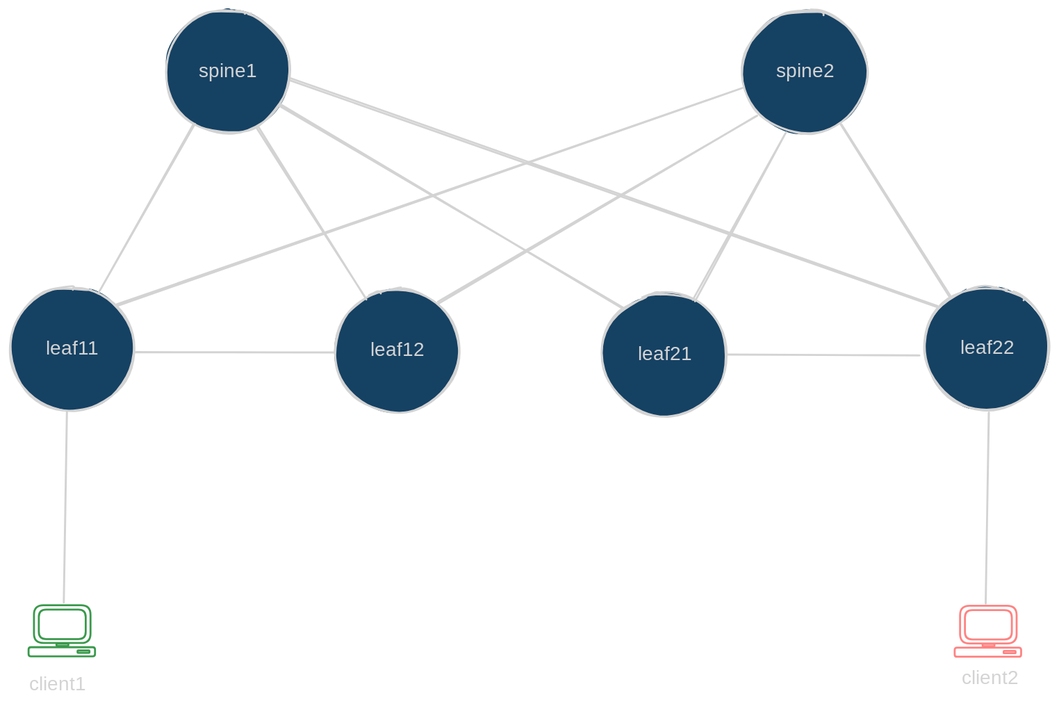
The Excalidraw diagram naf-demo.excalidraw.svg in opsmill/infrahub-demo-dc-fabric, before a commit. Source tidied: one line per element, renumbered; positions are measured from the earlier drawing's top-left corner, leaving out a move shared by most shapes. Source of this version:
```json
{"id": 0, "type": "ellipse", "strokeColor": "#1e1e1e", "backgroundColor": "#a5d8ff", "fillStyle": "solid", "strokeWidth": 2, "roughness": 1, "round": true, "x": 160, "y": 0, "width": 128, "height": 127}
{"id": 1, "type": "text", "text": "spine1", "strokeColor": "#1e1e1e", "backgroundColor": "#a5d8ff", "fillStyle": "solid", "strokeWidth": 2, "roughness": 1, "fontSize": 20, "fontFamily": 1, "textAlign": "center", "verticalAlign": "middle", "inside": 0, "x": 199, "y": 51, "width": 51, "height": 25}
{"id": 2, "type": "ellipse", "strokeColor": "#1e1e1e", "backgroundColor": "#a5d8ff", "fillStyle": "solid", "strokeWidth": 2, "roughness": 1, "round": true, "x": 334, "y": 287, "width": 128, "height": 127}
{"id": 3, "type": "text", "text": "leaf12", "strokeColor": "#1e1e1e", "backgroundColor": "#a5d8ff", "fillStyle": "solid", "strokeWidth": 2, "roughness": 1, "fontSize": 20, "fontFamily": 1, "textAlign": "center", "verticalAlign": "middle", "inside": 2, "x": 369, "y": 338, "width": 59, "height": 25}
{"id": 4, "type": "ellipse", "strokeColor": "#1e1e1e", "backgroundColor": "#a5d8ff", "fillStyle": "solid", "strokeWidth": 2, "roughness": 1, "round": true, "x": 0, "y": 285, "width": 128, "height": 127}
{"id": 5, "type": "text", "text": "leaf11", "strokeColor": "#1e1e1e", "backgroundColor": "#a5d8ff", "fillStyle": "solid", "strokeWidth": 2, "roughness": 1, "fontSize": 20, "fontFamily": 1, "textAlign": "center", "verticalAlign": "middle", "inside": 4, "x": 39, "y": 336, "width": 50, "height": 25}
{"id": 6, "type": "ellipse", "strokeColor": "#1e1e1e", "backgroundColor": "#a5d8ff", "fillStyle": "solid", "strokeWidth": 2, "roughness": 1, "round": true, "x": 609, "y": 291, "width": 128, "height": 127}
{"id": 7, "type": "text", "text": "leaf21", "strokeColor": "#1e1e1e", "backgroundColor": "#a5d8ff", "fillStyle": "solid", "strokeWidth": 2, "roughness": 1, "fontSize": 20, "fontFamily": 1, "textAlign": "center", "verticalAlign": "middle", "inside": 6, "x": 644, "y": 342, "width": 59, "height": 25}
{"id": 8, "type": "ellipse", "strokeColor": "#1e1e1e", "backgroundColor": "#a5d8ff", "fillStyle": "solid", "strokeWidth": 2, "roughness": 1, "round": true, "x": 941, "y": 284, "width": 128, "height": 127}
{"id": 9, "type": "text", "text": "leaf22", "strokeColor": "#1e1e1e", "backgroundColor": "#a5d8ff", "fillStyle": "solid", "strokeWidth": 2, "roughness": 1, "fontSize": 20, "fontFamily": 1, "textAlign": "center", "verticalAlign": "middle", "inside": 8, "x": 971, "y": 335, "width": 68, "height": 25}
{"id": 10, "type": "ellipse", "strokeColor": "#1e1e1e", "backgroundColor": "#a5d8ff", "fillStyle": "solid", "strokeWidth": 2, "roughness": 1, "round": true, "x": 754, "y": 0, "width": 128, "height": 127}
{"id": 11, "type": "text", "text": "spine2", "strokeColor": "#1e1e1e", "backgroundColor": "#a5d8ff", "fillStyle": "solid", "strokeWidth": 2, "roughness": 1, "fontSize": 20, "fontFamily": 1, "textAlign": "center", "verticalAlign": "middle", "inside": 10, "x": 788, "y": 51, "width": 60, "height": 25}
{"id": 12, "type": "line", "strokeColor": "#1e1e1e", "backgroundColor": "#a5d8ff", "fillStyle": "solid", "strokeWidth": 2, "roughness": 1, "round": true, "x": 189, "y": 118, "width": 97, "height": 172, "points": [[0, 0], [-97, 172]]}
{"id": 13, "type": "line", "strokeColor": "#1e1e1e", "backgroundColor": "#a5d8ff", "fillStyle": "solid", "strokeWidth": 2, "roughness": 1, "round": true, "x": 59, "y": 413, "width": 3, "height": 196, "points": [[0, 0], [-3, 196]]}
{"id": 14, "type": "line", "strokeColor": "#1e1e1e", "backgroundColor": "#a5d8ff", "fillStyle": "solid", "strokeWidth": 2, "roughness": 1, "round": true, "x": 1007, "y": 414, "width": 3, "height": 196, "points": [[0, 0], [-3, 196]]}
{"id": 15, "type": "line", "strokeColor": "#1e1e1e", "backgroundColor": "#a5d8ff", "fillStyle": "solid", "strokeWidth": 2, "roughness": 1, "round": true, "x": 798, "y": 127, "width": 95, "height": 171, "points": [[0, 0], [-95, 171]]}
{"id": 16, "type": "line", "strokeColor": "#1e1e1e", "backgroundColor": "#a5d8ff", "fillStyle": "solid", "strokeWidth": 2, "roughness": 1, "round": true, "x": 855, "y": 117, "width": 112, "height": 177, "points": [[0, 0], [112, 177]]}
{"id": 17, "type": "line", "strokeColor": "#1e1e1e", "backgroundColor": "#a5d8ff", "fillStyle": "solid", "strokeWidth": 2, "roughness": 1, "round": true, "x": 255, "y": 120, "width": 112, "height": 177, "points": [[0, 0], [112, 177]]}
{"id": 18, "type": "line", "strokeColor": "#1e1e1e", "backgroundColor": "#a5d8ff", "fillStyle": "solid", "strokeWidth": 2, "roughness": 1, "round": true, "x": 737, "y": 354, "width": 199, "height": 1, "points": [[0, 0], [199, 1]]}
{"id": 19, "type": "line", "strokeColor": "#1e1e1e", "backgroundColor": "#a5d8ff", "fillStyle": "solid", "strokeWidth": 2, "roughness": 1, "round": true, "x": 129, "y": 352, "width": 204, "height": 0, "points": [[0, 0], [204, 0]]}
{"id": 20, "type": "line", "strokeColor": "#1e1e1e", "backgroundColor": "#a5d8ff", "fillStyle": "solid", "strokeWidth": 2, "roughness": 1, "round": true, "x": 278, "y": 99, "width": 352, "height": 208, "points": [[0, 0], [352, 208]]}
{"id": 21, "type": "line", "strokeColor": "#1e1e1e", "backgroundColor": "#a5d8ff", "fillStyle": "solid", "strokeWidth": 2, "roughness": 1, "round": true, "x": 768, "y": 109, "width": 327, "height": 193, "points": [[0, 0], [-327, 193]]}
{"id": 22, "type": "line", "strokeColor": "#1e1e1e", "backgroundColor": "#a5d8ff", "fillStyle": "solid", "strokeWidth": 2, "roughness": 1, "round": true, "x": 287, "y": 71, "width": 666, "height": 234, "points": [[0, 0], [666, 234]]}
{"id": 23, "type": "line", "strokeColor": "#1e1e1e", "backgroundColor": "#a5d8ff", "fillStyle": "solid", "strokeWidth": 2, "roughness": 1, "round": true, "x": 752, "y": 80, "width": 642, "height": 223, "points": [[0, 0], [-642, 223]]}
{"id": 24, "type": "rectangle", "strokeColor": "#2f9e44", "strokeWidth": 2, "roughness": 0, "round": true, "x": 25, "y": 612, "width": 58, "height": 39}
{"id": 25, "type": "rectangle", "strokeColor": "#2f9e44", "strokeWidth": 2, "roughness": 0, "round": true, "x": 19, "y": 655, "width": 68, "height": 9}
{"id": 26, "type": "rectangle", "strokeColor": "#2f9e44", "strokeWidth": 2, "roughness": 0, "round": true, "x": 70, "y": 658, "width": 12, "height": 2}
{"id": 27, "type": "rectangle", "strokeColor": "#2f9e44", "strokeWidth": 2, "roughness": 0, "round": true, "x": 48, "y": 651, "width": 12, "height": 2}
{"id": 28, "type": "rectangle", "strokeColor": "#2f9e44", "strokeWidth": 2, "roughness": 0, "round": true, "x": 30, "y": 616, "width": 48, "height": 30}
{"id": 29, "type": "rectangle", "strokeColor": "#e03131", "strokeWidth": 2, "roughness": 0, "round": true, "x": 977, "y": 612, "width": 58, "height": 39}
{"id": 30, "type": "rectangle", "strokeColor": "#e03131", "strokeWidth": 2, "roughness": 0, "round": true, "x": 972, "y": 655, "width": 68, "height": 9}
{"id": 31, "type": "rectangle", "strokeColor": "#e03131", "strokeWidth": 2, "roughness": 0, "round": true, "x": 1022, "y": 659, "width": 12, "height": 2}
{"id": 32, "type": "rectangle", "strokeColor": "#e03131", "strokeWidth": 2, "roughness": 0, "round": true, "x": 1000, "y": 652, "width": 12, "height": 2}
{"id": 33, "type": "rectangle", "strokeColor": "#e03131", "strokeWidth": 2, "roughness": 0, "round": true, "x": 982, "y": 617, "width": 48, "height": 30}
{"id": 34, "type": "text", "text": "client1", "strokeColor": "#1e1e1e", "strokeWidth": 2, "roughness": 1, "fontSize": 20, "fontFamily": 1, "x": 20, "y": 681, "width": 57, "height": 25}
{"id": 35, "type": "text", "text": "client2", "strokeColor": "#1e1e1e", "strokeWidth": 2, "roughness": 1, "fontSize": 20, "fontFamily": 1, "x": 979, "y": 675, "width": 65, "height": 25}
```
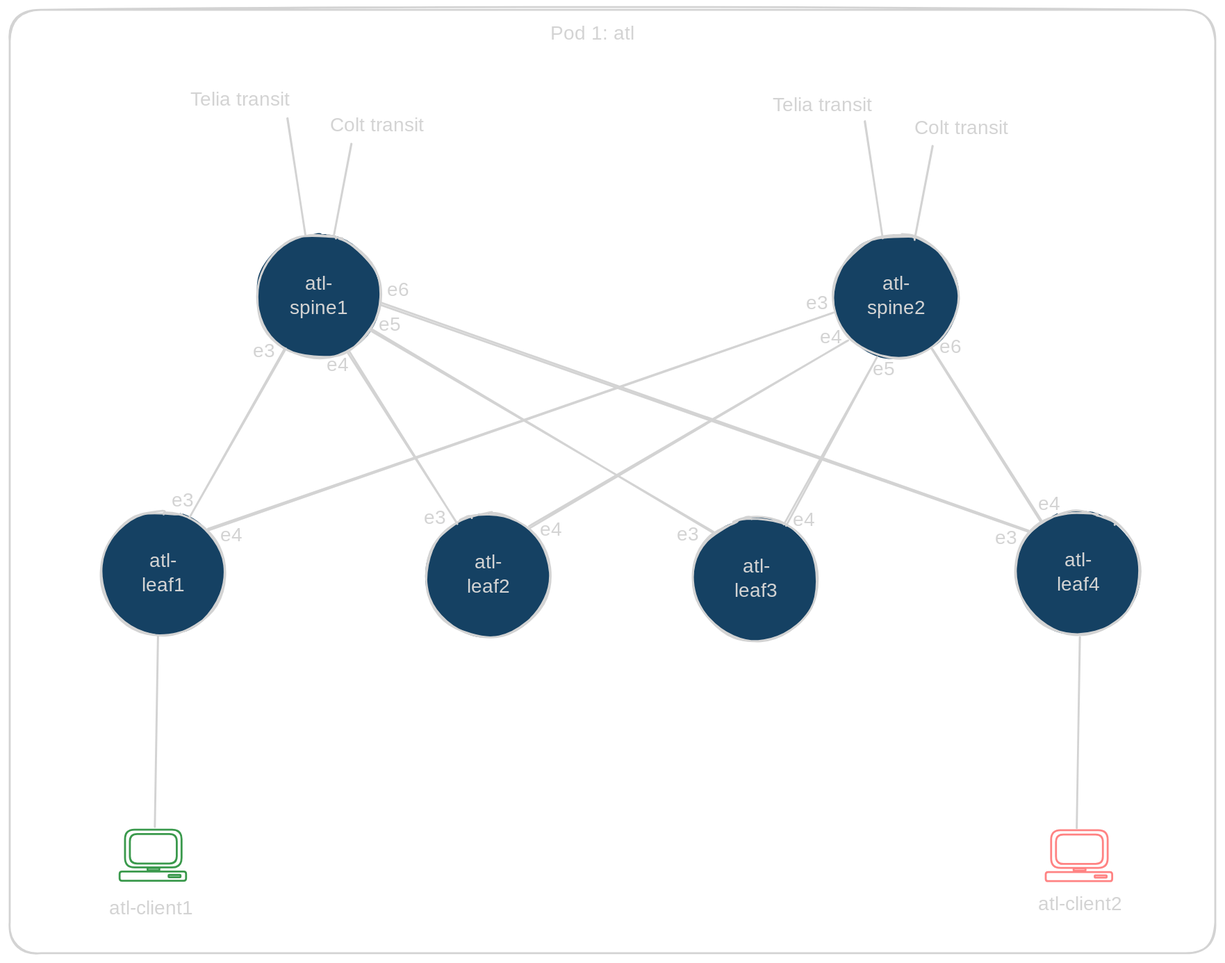
Above is the later version.

Commit message:
add data and schema to this repo

Diff of the diagram source:
```diff
@@ -1,23 +1,21 @@
 {"id": 0, "type": "ellipse", "strokeColor": "#1e1e1e", "backgroundColor": "#a5d8ff", "fillStyle": "solid", "strokeWidth": 2, "roughness": 1, "round": true, "x": 160, "y": 0, "width": 128, "height": 127}
-{"id": 1, "type": "text", "text": "spine1", "strokeColor": "#1e1e1e", "backgroundColor": "#a5d8ff", "fillStyle": "solid", "strokeWidth": 2, "roughness": 1, "fontSize": 20, "fontFamily": 1, "textAlign": "center", "verticalAlign": "middle", "inside": 0, "x": 199, "y": 51, "width": 51, "height": 25}
+{"id": 1, "type": "text", "text": "atl-\nspine1", "strokeColor": "#1e1e1e", "backgroundColor": "#a5d8ff", "fillStyle": "solid", "strokeWidth": 2, "roughness": 1, "fontSize": 20, "fontFamily": 1, "textAlign": "center", "verticalAlign": "middle", "inside": 0, "x": 199, "y": 39, "width": 51, "height": 50}
 {"id": 2, "type": "ellipse", "strokeColor": "#1e1e1e", "backgroundColor": "#a5d8ff", "fillStyle": "solid", "strokeWidth": 2, "roughness": 1, "round": true, "x": 334, "y": 287, "width": 128, "height": 127}
-{"id": 3, "type": "text", "text": "leaf12", "strokeColor": "#1e1e1e", "backgroundColor": "#a5d8ff", "fillStyle": "solid", "strokeWidth": 2, "roughness": 1, "fontSize": 20, "fontFamily": 1, "textAlign": "center", "verticalAlign": "middle", "inside": 2, "x": 369, "y": 338, "width": 59, "height": 25}
+{"id": 3, "type": "text", "text": "atl-\nleaf2", "strokeColor": "#1e1e1e", "backgroundColor": "#a5d8ff", "fillStyle": "solid", "strokeWidth": 2, "roughness": 1, "fontSize": 20, "fontFamily": 1, "textAlign": "center", "verticalAlign": "middle", "inside": 2, "x": 372, "y": 326, "width": 53, "height": 50}
 {"id": 4, "type": "ellipse", "strokeColor": "#1e1e1e", "backgroundColor": "#a5d8ff", "fillStyle": "solid", "strokeWidth": 2, "roughness": 1, "round": true, "x": 0, "y": 285, "width": 128, "height": 127}
-{"id": 5, "type": "text", "text": "leaf11", "strokeColor": "#1e1e1e", "backgroundColor": "#a5d8ff", "fillStyle": "solid", "strokeWidth": 2, "roughness": 1, "fontSize": 20, "fontFamily": 1, "textAlign": "center", "verticalAlign": "middle", "inside": 4, "x": 39, "y": 336, "width": 50, "height": 25}
+{"id": 5, "type": "text", "text": "atl-\nleaf1", "strokeColor": "#1e1e1e", "backgroundColor": "#a5d8ff", "fillStyle": "solid", "strokeWidth": 2, "roughness": 1, "fontSize": 20, "fontFamily": 1, "textAlign": "center", "verticalAlign": "middle", "inside": 4, "x": 42, "y": 324, "width": 45, "height": 50}
 {"id": 6, "type": "ellipse", "strokeColor": "#1e1e1e", "backgroundColor": "#a5d8ff", "fillStyle": "solid", "strokeWidth": 2, "roughness": 1, "round": true, "x": 609, "y": 291, "width": 128, "height": 127}
-{"id": 7, "type": "text", "text": "leaf21", "strokeColor": "#1e1e1e", "backgroundColor": "#a5d8ff", "fillStyle": "solid", "strokeWidth": 2, "roughness": 1, "fontSize": 20, "fontFamily": 1, "textAlign": "center", "verticalAlign": "middle", "inside": 6, "x": 644, "y": 342, "width": 59, "height": 25}
+{"id": 7, "type": "text", "text": "atl-\nleaf3", "strokeColor": "#1e1e1e", "backgroundColor": "#a5d8ff", "fillStyle": "solid", "strokeWidth": 2, "roughness": 1, "fontSize": 20, "fontFamily": 1, "textAlign": "center", "verticalAlign": "middle", "inside": 6, "x": 647, "y": 329, "width": 53, "height": 50}
 {"id": 8, "type": "ellipse", "strokeColor": "#1e1e1e", "backgroundColor": "#a5d8ff", "fillStyle": "solid", "strokeWidth": 2, "roughness": 1, "round": true, "x": 941, "y": 284, "width": 128, "height": 127}
-{"id": 9, "type": "text", "text": "leaf22", "strokeColor": "#1e1e1e", "backgroundColor": "#a5d8ff", "fillStyle": "solid", "strokeWidth": 2, "roughness": 1, "fontSize": 20, "fontFamily": 1, "textAlign": "center", "verticalAlign": "middle", "inside": 8, "x": 971, "y": 335, "width": 68, "height": 25}
+{"id": 9, "type": "text", "text": "atl-\nleaf4", "strokeColor": "#1e1e1e", "backgroundColor": "#a5d8ff", "fillStyle": "solid", "strokeWidth": 2, "roughness": 1, "fontSize": 20, "fontFamily": 1, "textAlign": "center", "verticalAlign": "middle", "inside": 8, "x": 979, "y": 323, "width": 52, "height": 50}
 {"id": 10, "type": "ellipse", "strokeColor": "#1e1e1e", "backgroundColor": "#a5d8ff", "fillStyle": "solid", "strokeWidth": 2, "roughness": 1, "round": true, "x": 754, "y": 0, "width": 128, "height": 127}
-{"id": 11, "type": "text", "text": "spine2", "strokeColor": "#1e1e1e", "backgroundColor": "#a5d8ff", "fillStyle": "solid", "strokeWidth": 2, "roughness": 1, "fontSize": 20, "fontFamily": 1, "textAlign": "center", "verticalAlign": "middle", "inside": 10, "x": 788, "y": 51, "width": 60, "height": 25}
+{"id": 11, "type": "text", "text": "atl-\nspine2", "strokeColor": "#1e1e1e", "backgroundColor": "#a5d8ff", "fillStyle": "solid", "strokeWidth": 2, "roughness": 1, "fontSize": 20, "fontFamily": 1, "textAlign": "center", "verticalAlign": "middle", "inside": 10, "x": 788, "y": 39, "width": 60, "height": 50}
 {"id": 12, "type": "line", "strokeColor": "#1e1e1e", "backgroundColor": "#a5d8ff", "fillStyle": "solid", "strokeWidth": 2, "roughness": 1, "round": true, "x": 189, "y": 118, "width": 97, "height": 172, "points": [[0, 0], [-97, 172]]}
 {"id": 13, "type": "line", "strokeColor": "#1e1e1e", "backgroundColor": "#a5d8ff", "fillStyle": "solid", "strokeWidth": 2, "roughness": 1, "round": true, "x": 59, "y": 413, "width": 3, "height": 196, "points": [[0, 0], [-3, 196]]}
 {"id": 14, "type": "line", "strokeColor": "#1e1e1e", "backgroundColor": "#a5d8ff", "fillStyle": "solid", "strokeWidth": 2, "roughness": 1, "round": true, "x": 1007, "y": 414, "width": 3, "height": 196, "points": [[0, 0], [-3, 196]]}
 {"id": 15, "type": "line", "strokeColor": "#1e1e1e", "backgroundColor": "#a5d8ff", "fillStyle": "solid", "strokeWidth": 2, "roughness": 1, "round": true, "x": 798, "y": 127, "width": 95, "height": 171, "points": [[0, 0], [-95, 171]]}
 {"id": 16, "type": "line", "strokeColor": "#1e1e1e", "backgroundColor": "#a5d8ff", "fillStyle": "solid", "strokeWidth": 2, "roughness": 1, "round": true, "x": 855, "y": 117, "width": 112, "height": 177, "points": [[0, 0], [112, 177]]}
 {"id": 17, "type": "line", "strokeColor": "#1e1e1e", "backgroundColor": "#a5d8ff", "fillStyle": "solid", "strokeWidth": 2, "roughness": 1, "round": true, "x": 255, "y": 120, "width": 112, "height": 177, "points": [[0, 0], [112, 177]]}
-{"id": 18, "type": "line", "strokeColor": "#1e1e1e", "backgroundColor": "#a5d8ff", "fillStyle": "solid", "strokeWidth": 2, "roughness": 1, "round": true, "x": 737, "y": 354, "width": 199, "height": 1, "points": [[0, 0], [199, 1]]}
-{"id": 19, "type": "line", "strokeColor": "#1e1e1e", "backgroundColor": "#a5d8ff", "fillStyle": "solid", "strokeWidth": 2, "roughness": 1, "round": true, "x": 129, "y": 352, "width": 204, "height": 0, "points": [[0, 0], [204, 0]]}
 {"id": 20, "type": "line", "strokeColor": "#1e1e1e", "backgroundColor": "#a5d8ff", "fillStyle": "solid", "strokeWidth": 2, "roughness": 1, "round": true, "x": 278, "y": 99, "width": 352, "height": 208, "points": [[0, 0], [352, 208]]}
 {"id": 21, "type": "line", "strokeColor": "#1e1e1e", "backgroundColor": "#a5d8ff", "fillStyle": "solid", "strokeWidth": 2, "roughness": 1, "round": true, "x": 768, "y": 109, "width": 327, "height": 193, "points": [[0, 0], [-327, 193]]}
 {"id": 22, "type": "line", "strokeColor": "#1e1e1e", "backgroundColor": "#a5d8ff", "fillStyle": "solid", "strokeWidth": 2, "roughness": 1, "round": true, "x": 287, "y": 71, "width": 666, "height": 234, "points": [[0, 0], [666, 234]]}
@@ -32,5 +30,31 @@
 {"id": 31, "type": "rectangle", "strokeColor": "#e03131", "strokeWidth": 2, "roughness": 0, "round": true, "x": 1022, "y": 659, "width": 12, "height": 2}
 {"id": 32, "type": "rectangle", "strokeColor": "#e03131", "strokeWidth": 2, "roughness": 0, "round": true, "x": 1000, "y": 652, "width": 12, "height": 2}
 {"id": 33, "type": "rectangle", "strokeColor": "#e03131", "strokeWidth": 2, "roughness": 0, "round": true, "x": 982, "y": 617, "width": 48, "height": 30}
-{"id": 34, "type": "text", "text": "client1", "strokeColor": "#1e1e1e", "strokeWidth": 2, "roughness": 1, "fontSize": 20, "fontFamily": 1, "x": 20, "y": 681, "width": 57, "height": 25}
+{"id": 34, "type": "text", "text": "atl-client1", "strokeColor": "#1e1e1e", "strokeWidth": 2, "roughness": 1, "fontSize": 20, "fontFamily": 1, "x": 9, "y": 681, "width": 95, "height": 25}
-{"id": 35, "type": "text", "text": "client2", "strokeColor": "#1e1e1e", "strokeWidth": 2, "roughness": 1, "fontSize": 20, "fontFamily": 1, "x": 979, "y": 675, "width": 65, "height": 25}
+{"id": 35, "type": "text", "text": "atl-client2", "strokeColor": "#1e1e1e", "strokeWidth": 2, "roughness": 1, "fontSize": 20, "fontFamily": 1, "x": 964, "y": 677, "width": 104, "height": 25}
+{"id": 36, "type": "line", "strokeColor": "#1e1e1e", "strokeWidth": 2, "roughness": 1, "round": true, "x": 192, "y": -120, "width": 19, "height": 120, "points": [[0, 0], [19, 120]]}
+{"id": 37, "type": "line", "strokeColor": "#1e1e1e", "strokeWidth": 2, "roughness": 1, "round": true, "x": 258, "y": -93, "width": 18, "height": 93, "points": [[0, 0], [-18, 93]]}
+{"id": 38, "type": "text", "text": "Telia transit", "strokeColor": "#1e1e1e", "strokeWidth": 2, "roughness": 1, "fontSize": 20, "fontFamily": 1, "x": 92, "y": -151, "width": 129, "height": 25}
+{"id": 39, "type": "text", "text": "Colt transit", "strokeColor": "#1e1e1e", "strokeWidth": 2, "roughness": 1, "fontSize": 20, "fontFamily": 1, "x": 236, "y": -124, "width": 120, "height": 25}
+{"id": 40, "type": "text", "text": "Telia transit", "strokeColor": "#1e1e1e", "strokeWidth": 2, "roughness": 1, "fontSize": 20, "fontFamily": 1, "x": 691, "y": -145, "width": 129, "height": 25}
+{"id": 41, "type": "text", "text": "Colt transit", "strokeColor": "#1e1e1e", "strokeWidth": 2, "roughness": 1, "fontSize": 20, "fontFamily": 1, "x": 837, "y": -121, "width": 120, "height": 25}
+{"id": 42, "type": "line", "strokeColor": "#1e1e1e", "strokeWidth": 2, "roughness": 1, "round": true, "x": 786, "y": -116, "width": 19, "height": 120, "points": [[0, 0], [19, 120]]}
+{"id": 43, "type": "line", "strokeColor": "#1e1e1e", "strokeWidth": 2, "roughness": 1, "round": true, "x": 856, "y": -91, "width": 18, "height": 93, "points": [[0, 0], [-18, 93]]}
+{"id": 44, "type": "text", "text": "e3", "strokeColor": "#1e1e1e", "strokeWidth": 2, "roughness": 1, "fontSize": 20, "fontFamily": 1, "x": 73, "y": 261, "width": 25, "height": 25}
+{"id": 45, "type": "text", "text": "e3", "strokeColor": "#1e1e1e", "strokeWidth": 2, "roughness": 1, "fontSize": 20, "fontFamily": 1, "x": 333, "y": 280, "width": 25, "height": 25}
+{"id": 46, "type": "text", "text": "e3", "strokeColor": "#1e1e1e", "strokeWidth": 2, "roughness": 1, "fontSize": 20, "fontFamily": 1, "x": 592, "y": 297, "width": 25, "height": 25}
+{"id": 47, "type": "text", "text": "e3", "strokeColor": "#1e1e1e", "strokeWidth": 2, "roughness": 1, "fontSize": 20, "fontFamily": 1, "x": 920, "y": 300, "width": 25, "height": 25}
+{"id": 48, "type": "text", "text": "e4", "strokeColor": "#1e1e1e", "strokeWidth": 2, "roughness": 1, "fontSize": 20, "fontFamily": 1, "x": 123, "y": 297, "width": 24, "height": 25}
+{"id": 49, "type": "text", "text": "e4", "strokeColor": "#1e1e1e", "strokeWidth": 2, "roughness": 1, "fontSize": 20, "fontFamily": 1, "x": 452, "y": 291, "width": 24, "height": 25}
+{"id": 50, "type": "text", "text": "e4", "strokeColor": "#1e1e1e", "strokeWidth": 2, "roughness": 1, "fontSize": 20, "fontFamily": 1, "x": 712, "y": 281, "width": 24, "height": 25}
+{"id": 51, "type": "text", "text": "e4", "strokeColor": "#1e1e1e", "strokeWidth": 2, "roughness": 1, "fontSize": 20, "fontFamily": 1, "x": 964, "y": 266, "width": 24, "height": 25}
+{"id": 52, "type": "text", "text": "e3", "strokeColor": "#1e1e1e", "strokeWidth": 2, "roughness": 1, "fontSize": 20, "fontFamily": 1, "x": 156, "y": 108, "width": 25, "height": 25}
+{"id": 53, "type": "text", "text": "e3", "strokeColor": "#1e1e1e", "strokeWidth": 2, "roughness": 1, "fontSize": 20, "fontFamily": 1, "x": 725, "y": 59, "width": 25, "height": 25}
+{"id": 54, "type": "text", "text": "e4", "strokeColor": "#1e1e1e", "strokeWidth": 2, "roughness": 1, "fontSize": 20, "fontFamily": 1, "x": 232, "y": 123, "width": 24, "height": 25}
+{"id": 55, "type": "text", "text": "e4", "strokeColor": "#1e1e1e", "strokeWidth": 2, "roughness": 1, "fontSize": 20, "fontFamily": 1, "x": 740, "y": 94, "width": 24, "height": 25}
+{"id": 56, "type": "text", "text": "e5", "strokeColor": "#1e1e1e", "strokeWidth": 2, "roughness": 1, "fontSize": 20, "fontFamily": 1, "x": 286, "y": 81, "width": 23, "height": 25}
+{"id": 57, "type": "text", "text": "e5", "strokeColor": "#1e1e1e", "strokeWidth": 2, "roughness": 1, "fontSize": 20, "fontFamily": 1, "x": 794, "y": 126, "width": 23, "height": 25}
+{"id": 58, "type": "text", "text": "e6", "strokeColor": "#1e1e1e", "strokeWidth": 2, "roughness": 1, "fontSize": 20, "fontFamily": 1, "x": 294, "y": 45, "width": 24, "height": 25}
+{"id": 59, "type": "text", "text": "e6", "strokeColor": "#1e1e1e", "strokeWidth": 2, "roughness": 1, "fontSize": 20, "fontFamily": 1, "x": 862, "y": 104, "width": 24, "height": 25}
+{"id": 60, "type": "rectangle", "strokeColor": "#1e1e1e", "strokeWidth": 2, "roughness": 1, "round": true, "x": -94, "y": -231, "width": 1240, "height": 970}
+{"id": 61, "type": "text", "text": "Pod 1: atl", "strokeColor": "#1e1e1e", "strokeWidth": 2, "roughness": 1, "fontSize": 20, "fontFamily": 1, "x": 462, "y": -218, "width": 96, "height": 25}
```
